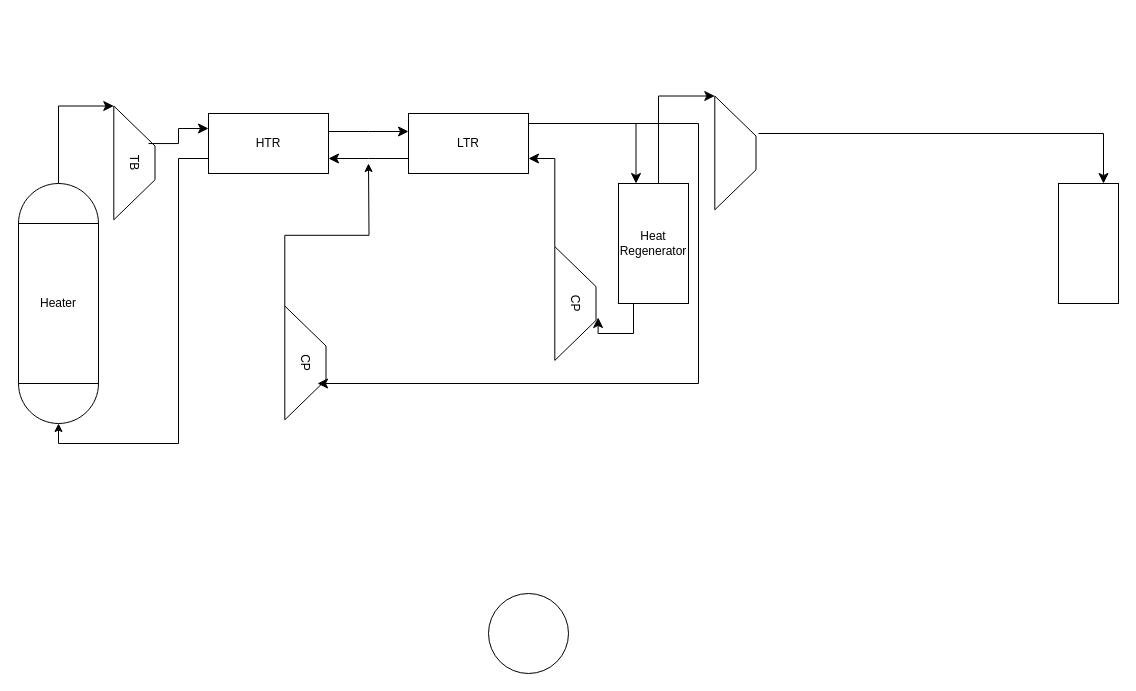
Earlier version of the draw.io diagram 热力线图.drawio (Arielwithoutoven/Odds). Source tidied: cells renumbered, new cells numbered last; positions are measured from the earlier drawing's top-left corner, leaving out a move shared by most shapes. Both pictures are drawn from the tidied source at 100%, with x=0, y=0 at pixel (18, 95).
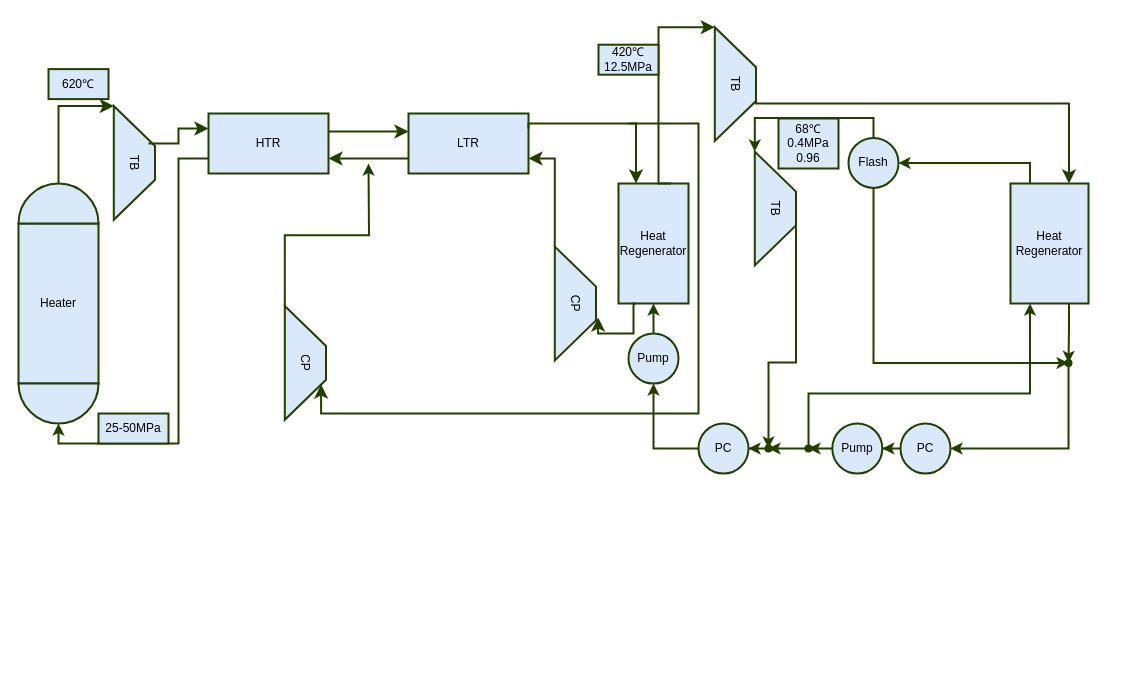
The same page after the edit.

The edit, as a diff of the source:
```diff
@@
-    <mxCell id="2" value="CP" style="shape=trapezoid;perimeter=trapezoidPerimeter;whiteSpace=wrap;html=1;fixedSize=1;rotation=90;size=40;" parent="1" vertex="1">
+    <mxCell id="2" value="CP" style="shape=trapezoid;perimeter=trapezoidPerimeter;whiteSpace=wrap;html=1;fixedSize=1;rotation=90;size=40;fillColor=#dae8fc;strokeColor=#223F00;strokeWidth=2;" parent="1" vertex="1">
       <mxGeometry x="230" y="246.8" width="113.8" height="41.2" as="geometry" />
     </mxCell>
-    <mxCell id="3" value="Heater" style="rounded=0;whiteSpace=wrap;html=1;" parent="1" vertex="1">
+    <mxCell id="3" value="Heater" style="rounded=0;whiteSpace=wrap;html=1;fillColor=#dae8fc;strokeColor=#223F00;strokeWidth=2;" parent="1" vertex="1">
       <mxGeometry y="128" width="80" height="160" as="geometry" />
     </mxCell>
-    <mxCell id="4" style="verticalLabelPosition=bottom;verticalAlign=top;html=1;shape=mxgraph.basic.half_circle;" parent="1" vertex="1">
+    <mxCell id="4" style="verticalLabelPosition=bottom;verticalAlign=top;html=1;shape=mxgraph.basic.half_circle;fillColor=#dae8fc;strokeColor=#223F00;strokeWidth=2;" parent="1" vertex="1">
       <mxGeometry y="288" width="80" height="40" as="geometry" />
     </mxCell>
-    <mxCell id="5" style="verticalLabelPosition=bottom;verticalAlign=top;html=1;shape=mxgraph.basic.half_circle;rotation=-180;" parent="1" vertex="1">
+    <mxCell id="5" style="verticalLabelPosition=bottom;verticalAlign=top;html=1;shape=mxgraph.basic.half_circle;rotation=-180;fillColor=#dae8fc;strokeColor=#223F00;strokeWidth=2;" parent="1" vertex="1">
       <mxGeometry y="88" width="80" height="40" as="geometry" />
     </mxCell>
+    <mxCell id="26" style="edgeStyle=orthogonalEdgeStyle;rounded=0;jettySize=auto;html=1;exitX=0.5;exitY=0;exitDx=0;exitDy=0;entryX=0;entryY=1;entryDx=0;entryDy=0;fillColor=#dae8fc;strokeColor=#223F00;strokeWidth=2;" parent="1" edge="1" source="6" target="31">
+      <mxGeometry relative="1" as="geometry" />
+    </mxCell>
+    <mxCell id="27" style="edgeStyle=orthogonalEdgeStyle;rounded=0;jettySize=auto;html=1;exitX=0.5;exitY=1;exitDx=0;exitDy=0;entryX=-0.014;entryY=0.571;entryDx=0;entryDy=0;entryPerimeter=0;fillColor=#dae8fc;strokeColor=#223F00;strokeWidth=2;" parent="1" edge="1" source="6" target="33">
+      <mxGeometry relative="1" as="geometry">
+        <Array as="points">
+          <mxPoint x="855" y="267" />
+        </Array>
+      </mxGeometry>
+    </mxCell>
-    <mxCell id="6" style="ellipse;whiteSpace=wrap;html=1;" parent="1" vertex="1">
-      <mxGeometry x="470" y="498" width="80" height="80" as="geometry" />
+    <mxCell id="6" value="Flash" style="ellipse;whiteSpace=wrap;html=1;fillColor=#dae8fc;strokeColor=#223F00;strokeWidth=2;" parent="1" vertex="1">
+      <mxGeometry x="830" y="42.4" width="50" height="50" as="geometry" />
     </mxCell>
-    <mxCell id="7" value="TB" style="shape=trapezoid;perimeter=trapezoidPerimeter;whiteSpace=wrap;html=1;fixedSize=1;rotation=90;size=40;" parent="1" vertex="1">
+    <mxCell id="7" value="TB" style="shape=trapezoid;perimeter=trapezoidPerimeter;whiteSpace=wrap;html=1;fixedSize=1;rotation=90;size=40;fillColor=#dae8fc;strokeColor=#223F00;strokeWidth=2;" parent="1" vertex="1">
       <mxGeometry x="59" y="46.8" width="113.8" height="41.2" as="geometry" />
     </mxCell>
-    <mxCell id="8" style="edgeStyle=elbowEdgeStyle;elbow=horizontal;endArrow=classic;html=1;curved=0;rounded=0;endSize=8;startSize=8;exitX=0.5;exitY=1;exitDx=0;exitDy=0;exitPerimeter=0;entryX=0;entryY=1;entryDx=0;entryDy=0;" parent="1" edge="1" source="5" target="7">
+    <mxCell id="8" style="edgeStyle=elbowEdgeStyle;elbow=horizontal;endArrow=classic;html=1;curved=0;rounded=0;endSize=8;startSize=8;exitX=0.5;exitY=1;exitDx=0;exitDy=0;exitPerimeter=0;entryX=0;entryY=1;entryDx=0;entryDy=0;fillColor=#dae8fc;strokeColor=#223F00;strokeWidth=2;" parent="1" edge="1" source="5" target="7">
       <mxGeometry relative="1" as="geometry">
         <Array as="points">
           <mxPoint x="40" y="48" />
         </Array>
       </mxGeometry>
     </mxCell>
-    <mxCell id="9" style="edgeStyle=elbowEdgeStyle;elbow=horizontal;endArrow=classic;html=1;curved=0;rounded=0;endSize=8;startSize=8;entryX=0;entryY=0.25;entryDx=0;entryDy=0;exitX=0.33;exitY=0.158;exitDx=0;exitDy=0;exitPerimeter=0;" parent="1" edge="1" source="7" target="11">
+    <mxCell id="9" style="edgeStyle=elbowEdgeStyle;elbow=horizontal;endArrow=classic;html=1;curved=0;rounded=0;endSize=8;startSize=8;entryX=0;entryY=0.25;entryDx=0;entryDy=0;exitX=0.33;exitY=0.158;exitDx=0;exitDy=0;exitPerimeter=0;fillColor=#dae8fc;strokeColor=#223F00;strokeWidth=2;" parent="1" edge="1" source="7" target="11">
       <mxGeometry relative="1" as="geometry" />
     </mxCell>
-    <mxCell id="10" style="edgeStyle=orthogonalEdgeStyle;rounded=0;jettySize=auto;html=1;exitX=0;exitY=0.75;exitDx=0;exitDy=0;entryX=0.5;entryY=1;entryDx=0;entryDy=0;entryPerimeter=0;" parent="1" edge="1" source="11" target="4">
+    <mxCell id="10" style="edgeStyle=orthogonalEdgeStyle;rounded=0;jettySize=auto;html=1;exitX=0;exitY=0.75;exitDx=0;exitDy=0;entryX=0.5;entryY=1;entryDx=0;entryDy=0;entryPerimeter=0;fillColor=#dae8fc;strokeColor=#223F00;strokeWidth=2;" parent="1" edge="1" source="11" target="4">
       <mxGeometry relative="1" as="geometry">
         <Array as="points">
           <mxPoint x="160" y="63" />
           <mxPoint x="160" y="348" />
           <mxPoint x="40" y="348" />
         </Array>
       </mxGeometry>
     </mxCell>
-    <mxCell id="11" value="HTR" style="rounded=0;whiteSpace=wrap;html=1;" parent="1" vertex="1">
+    <mxCell id="11" value="HTR" style="rounded=0;whiteSpace=wrap;html=1;fillColor=#dae8fc;strokeColor=#223F00;strokeWidth=2;" parent="1" vertex="1">
       <mxGeometry x="190" y="18" width="120" height="60" as="geometry" />
     </mxCell>
-    <mxCell id="12" style="edgeStyle=elbowEdgeStyle;elbow=horizontal;endArrow=classic;html=1;curved=0;rounded=0;endSize=8;startSize=8;exitX=0.5;exitY=1;exitDx=0;exitDy=0;exitPerimeter=0;" parent="1" edge="1">
+    <mxCell id="12" style="edgeStyle=elbowEdgeStyle;elbow=horizontal;endArrow=classic;html=1;curved=0;rounded=0;endSize=8;startSize=8;exitX=0.5;exitY=1;exitDx=0;exitDy=0;exitPerimeter=0;fillColor=#dae8fc;strokeColor=#223F00;strokeWidth=2;" parent="1" edge="1">
       <mxGeometry relative="1" as="geometry">
         <mxPoint x="310" y="36" as="sourcePoint" />
         <mxPoint x="390" y="36" as="targetPoint" />
       </mxGeometry>
     </mxCell>
-    <mxCell id="13" value="LTR" style="rounded=0;whiteSpace=wrap;html=1;" parent="1" vertex="1">
+    <mxCell id="13" value="LTR" style="rounded=0;whiteSpace=wrap;html=1;fillColor=#dae8fc;strokeColor=#223F00;strokeWidth=2;" parent="1" vertex="1">
       <mxGeometry x="390" y="18" width="120" height="60" as="geometry" />
     </mxCell>
-    <mxCell id="14" value="Heat Regenerator" style="rounded=0;whiteSpace=wrap;html=1;" parent="1" vertex="1">
+    <mxCell id="14" value="Heat Regenerator" style="rounded=0;whiteSpace=wrap;html=1;fillColor=#dae8fc;strokeColor=#223F00;strokeWidth=2;" parent="1" vertex="1">
       <mxGeometry x="600" y="88" width="70" height="120" as="geometry" />
     </mxCell>
-    <mxCell id="15" style="edgeStyle=segmentEdgeStyle;endArrow=classic;html=1;curved=0;rounded=0;endSize=8;startSize=8;entryX=0.681;entryY=0.206;entryDx=0;entryDy=0;entryPerimeter=0;" parent="1" edge="1" target="2">
+    <mxCell id="15" style="edgeStyle=segmentEdgeStyle;endArrow=classic;html=1;curved=0;rounded=0;endSize=8;startSize=8;entryX=0.75;entryY=0;entryDx=0;entryDy=0;fillColor=#dae8fc;strokeColor=#223F00;strokeWidth=2;" parent="1" edge="1" target="2">
       <mxGeometry relative="1" as="geometry">
         <mxPoint x="610" y="28" as="sourcePoint" />
         <Array as="points">
           <mxPoint x="680" y="28" />
-          <mxPoint x="680" y="288" />
+          <mxPoint x="680" y="318" />
+          <mxPoint x="303" y="318" />
         </Array>
       </mxGeometry>
     </mxCell>
-    <mxCell id="16" value="CP" style="shape=trapezoid;perimeter=trapezoidPerimeter;whiteSpace=wrap;html=1;fixedSize=1;rotation=90;size=40;" parent="1" vertex="1">
+    <mxCell id="16" value="CP" style="shape=trapezoid;perimeter=trapezoidPerimeter;whiteSpace=wrap;html=1;fixedSize=1;rotation=90;size=40;fillColor=#dae8fc;strokeColor=#223F00;strokeWidth=2;" parent="1" vertex="1">
       <mxGeometry x="500" y="187.4" width="113.8" height="41.2" as="geometry" />
     </mxCell>
-    <mxCell id="17" style="edgeStyle=segmentEdgeStyle;endArrow=classic;html=1;curved=0;rounded=0;endSize=8;startSize=8;exitX=1;exitY=0.25;exitDx=0;exitDy=0;entryX=0.25;entryY=0;entryDx=0;entryDy=0;" parent="1" edge="1" source="13" target="14">
+    <mxCell id="17" style="edgeStyle=segmentEdgeStyle;endArrow=classic;html=1;curved=0;rounded=0;endSize=8;startSize=8;exitX=1;exitY=0.25;exitDx=0;exitDy=0;entryX=0.25;entryY=0;entryDx=0;entryDy=0;fillColor=#dae8fc;strokeColor=#223F00;strokeWidth=2;" parent="1" edge="1" source="13" target="14">
       <mxGeometry relative="1" as="geometry">
         <Array as="points">
           <mxPoint x="510" y="28" />
           <mxPoint x="617" y="28" />
         </Array>
       </mxGeometry>
     </mxCell>
-    <mxCell id="18" style="edgeStyle=segmentEdgeStyle;endArrow=classic;html=1;curved=0;rounded=0;endSize=8;startSize=8;entryX=0.623;entryY=-0.052;entryDx=0;entryDy=0;entryPerimeter=0;exitX=0.25;exitY=1;exitDx=0;exitDy=0;" parent="1" edge="1" source="14" target="16">
+    <mxCell id="18" style="edgeStyle=segmentEdgeStyle;endArrow=classic;html=1;curved=0;rounded=0;endSize=8;startSize=8;entryX=0.623;entryY=-0.052;entryDx=0;entryDy=0;entryPerimeter=0;exitX=0.25;exitY=1;exitDx=0;exitDy=0;fillColor=#dae8fc;strokeColor=#223F00;strokeWidth=2;" parent="1" edge="1" source="14" target="16">
       <mxGeometry relative="1" as="geometry">
         <Array as="points">
           <mxPoint x="615" y="238" />
           <mxPoint x="580" y="238" />
         </Array>
       </mxGeometry>
     </mxCell>
-    <mxCell id="19" style="edgeStyle=segmentEdgeStyle;endArrow=classic;html=1;curved=0;rounded=0;endSize=8;startSize=8;exitX=0;exitY=1;exitDx=0;exitDy=0;entryX=1;entryY=0.75;entryDx=0;entryDy=0;" parent="1" edge="1" source="16" target="13">
+    <mxCell id="19" style="edgeStyle=segmentEdgeStyle;endArrow=classic;html=1;curved=0;rounded=0;endSize=8;startSize=8;exitX=0;exitY=1;exitDx=0;exitDy=0;entryX=1;entryY=0.75;entryDx=0;entryDy=0;fillColor=#dae8fc;strokeColor=#223F00;strokeWidth=2;" parent="1" edge="1" source="16" target="13">
       <mxGeometry relative="1" as="geometry">
         <Array as="points">
           <mxPoint x="536" y="63" />
         </Array>
       </mxGeometry>
     </mxCell>
-    <mxCell id="20" style="edgeStyle=elbowEdgeStyle;elbow=horizontal;endArrow=classic;html=1;curved=0;rounded=0;endSize=8;startSize=8;exitX=0;exitY=0.75;exitDx=0;exitDy=0;entryX=1;entryY=0.75;entryDx=0;entryDy=0;" parent="1" edge="1" source="13" target="11">
+    <mxCell id="20" style="edgeStyle=elbowEdgeStyle;elbow=horizontal;endArrow=classic;html=1;curved=0;rounded=0;endSize=8;startSize=8;exitX=0;exitY=0.75;exitDx=0;exitDy=0;entryX=1;entryY=0.75;entryDx=0;entryDy=0;fillColor=#dae8fc;strokeColor=#223F00;strokeWidth=2;" parent="1" edge="1" source="13" target="11">
       <mxGeometry relative="1" as="geometry" />
     </mxCell>
-    <mxCell id="21" style="edgeStyle=orthogonalEdgeStyle;rounded=0;jettySize=auto;html=1;exitX=0;exitY=1;exitDx=0;exitDy=0;" parent="1" edge="1" source="2">
+    <mxCell id="21" style="edgeStyle=orthogonalEdgeStyle;rounded=0;jettySize=auto;html=1;exitX=0;exitY=1;exitDx=0;exitDy=0;fillColor=#dae8fc;strokeColor=#223F00;strokeWidth=2;" parent="1" edge="1" source="2">
       <mxGeometry relative="1" as="geometry">
         <mxPoint x="350" y="68" as="targetPoint" />
       </mxGeometry>
     </mxCell>
-    <mxCell id="22" style="shape=trapezoid;perimeter=trapezoidPerimeter;whiteSpace=wrap;html=1;fixedSize=1;rotation=90;size=40;" parent="1" vertex="1">
-      <mxGeometry x="660" y="36.8" width="113.8" height="41.2" as="geometry" />
+    <mxCell id="22" value="TB" style="shape=trapezoid;perimeter=trapezoidPerimeter;whiteSpace=wrap;html=1;fixedSize=1;rotation=90;size=40;fillColor=#dae8fc;strokeColor=#223F00;strokeWidth=2;" parent="1" vertex="1">
+      <mxGeometry x="660" y="-32" width="113.8" height="41.2" as="geometry" />
     </mxCell>
-    <mxCell id="23" style="edgeStyle=segmentEdgeStyle;endArrow=classic;html=1;curved=0;rounded=0;endSize=8;startSize=8;exitX=0.75;exitY=0;exitDx=0;exitDy=0;entryX=0;entryY=1;entryDx=0;entryDy=0;" parent="1" edge="1" source="14" target="22">
+    <mxCell id="23" style="edgeStyle=segmentEdgeStyle;endArrow=classic;html=1;curved=0;rounded=0;endSize=8;startSize=8;exitX=0.75;exitY=0;exitDx=0;exitDy=0;entryX=0;entryY=1;entryDx=0;entryDy=0;fillColor=#dae8fc;strokeColor=#223F00;strokeWidth=2;" parent="1" edge="1" source="14" target="22">
       <mxGeometry relative="1" as="geometry">
         <Array as="points">
           <mxPoint x="640" y="88" />
-          <mxPoint x="640" />
+          <mxPoint x="640" y="-68" />
         </Array>
       </mxGeometry>
     </mxCell>
+    <mxCell id="28" style="edgeStyle=orthogonalEdgeStyle;rounded=0;jettySize=auto;html=1;exitX=0.25;exitY=0;exitDx=0;exitDy=0;entryX=1;entryY=0.5;entryDx=0;entryDy=0;fillColor=#dae8fc;strokeColor=#223F00;strokeWidth=2;" parent="1" edge="1" source="24" target="6">
+      <mxGeometry relative="1" as="geometry" />
+    </mxCell>
+    <mxCell id="29" style="edgeStyle=orthogonalEdgeStyle;rounded=0;jettySize=auto;html=1;exitX=0.75;exitY=1;exitDx=0;exitDy=0;fillColor=#dae8fc;strokeColor=#223F00;strokeWidth=2;" parent="1" edge="1" source="24" target="33">
+      <mxGeometry relative="1" as="geometry" />
+    </mxCell>
-    <mxCell id="24" style="rounded=0;whiteSpace=wrap;html=1;" parent="1" vertex="1">
-      <mxGeometry x="1040" y="88" width="60" height="120" as="geometry" />
+    <mxCell id="24" value="Heat Regenerator" style="rounded=0;whiteSpace=wrap;html=1;fillColor=#dae8fc;strokeColor=#223F00;strokeWidth=2;" parent="1" vertex="1">
+      <mxGeometry x="992" y="88" width="78" height="120" as="geometry" />
     </mxCell>
-    <mxCell id="25" style="edgeStyle=segmentEdgeStyle;endArrow=classic;html=1;curved=0;rounded=0;endSize=8;startSize=8;entryX=0.75;entryY=0;entryDx=0;entryDy=0;" parent="1" edge="1" target="24">
+    <mxCell id="25" style="edgeStyle=segmentEdgeStyle;endArrow=classic;html=1;curved=0;rounded=0;endSize=8;startSize=8;entryX=0.75;entryY=0;entryDx=0;entryDy=0;exitX=0.5;exitY=0;exitDx=0;exitDy=0;fillColor=#dae8fc;strokeColor=#223F00;strokeWidth=2;" parent="1" edge="1" source="22" target="24">
       <mxGeometry relative="1" as="geometry">
-        <mxPoint x="740" y="38" as="sourcePoint" />
         <Array as="points">
-          <mxPoint x="1085" y="38" />
+          <mxPoint x="737" y="8" />
+          <mxPoint x="1051" y="8" />
         </Array>
       </mxGeometry>
     </mxCell>
+    <mxCell id="30" style="edgeStyle=orthogonalEdgeStyle;rounded=0;jettySize=auto;html=1;exitX=0.5;exitY=0;exitDx=0;exitDy=0;fillColor=#dae8fc;strokeColor=#223F00;strokeWidth=2;" parent="1" edge="1" source="31" target="42">
+      <mxGeometry relative="1" as="geometry">
+        <Array as="points">
+          <mxPoint x="777" y="267" />
+        </Array>
+      </mxGeometry>
+    </mxCell>
+    <mxCell id="31" value="TB" style="shape=trapezoid;perimeter=trapezoidPerimeter;whiteSpace=wrap;html=1;fixedSize=1;rotation=90;size=40;fillColor=#dae8fc;strokeColor=#223F00;strokeWidth=2;" parent="1" vertex="1">
+      <mxGeometry x="700" y="92.4" width="113.8" height="41.2" as="geometry" />
+    </mxCell>
+    <mxCell id="32" style="edgeStyle=orthogonalEdgeStyle;rounded=0;jettySize=auto;html=1;entryX=1;entryY=0.5;entryDx=0;entryDy=0;fillColor=#dae8fc;strokeColor=#223F00;strokeWidth=2;" parent="1" edge="1" source="33" target="35">
+      <mxGeometry relative="1" as="geometry">
+        <Array as="points">
+          <mxPoint x="1050" y="353" />
+        </Array>
+      </mxGeometry>
+    </mxCell>
+    <mxCell id="33" style="shape=waypoint;sketch=0;fillStyle=solid;size=6;points=[];fillColor=#dae8fc;perimeter=centerPerimeter;snapToPoint=1;strokeColor=#223F00;strokeWidth=2;" parent="1" vertex="1">
+      <mxGeometry x="1040" y="257.4" width="20" height="20" as="geometry" />
+    </mxCell>
+    <mxCell id="34" style="edgeStyle=orthogonalEdgeStyle;rounded=0;jettySize=auto;html=1;fillColor=#dae8fc;strokeColor=#223F00;strokeWidth=2;" parent="1" edge="1" source="35" target="37">
+      <mxGeometry relative="1" as="geometry" />
+    </mxCell>
+    <mxCell id="35" value="PC" style="ellipse;whiteSpace=wrap;html=1;fillColor=#dae8fc;strokeColor=#223F00;strokeWidth=2;" parent="1" vertex="1">
+      <mxGeometry x="882" y="328" width="50" height="50" as="geometry" />
+    </mxCell>
+    <mxCell id="36" style="edgeStyle=orthogonalEdgeStyle;rounded=0;jettySize=auto;html=1;fillColor=#dae8fc;strokeColor=#223F00;strokeWidth=2;" parent="1" edge="1" source="37" target="39">
+      <mxGeometry relative="1" as="geometry" />
+    </mxCell>
+    <mxCell id="37" value="Pump" style="ellipse;whiteSpace=wrap;html=1;fillColor=#dae8fc;strokeColor=#223F00;strokeWidth=2;" parent="1" vertex="1">
+      <mxGeometry x="813.8" y="328" width="50" height="50" as="geometry" />
+    </mxCell>
+    <mxCell id="38" style="edgeStyle=orthogonalEdgeStyle;rounded=0;jettySize=auto;html=1;fillColor=#dae8fc;strokeColor=#223F00;strokeWidth=2;" parent="1" edge="1" source="39" target="42">
+      <mxGeometry relative="1" as="geometry" />
+    </mxCell>
+    <mxCell id="39" style="shape=waypoint;sketch=0;fillStyle=solid;size=6;points=[];fillColor=#dae8fc;perimeter=centerPerimeter;snapToPoint=1;strokeColor=#223F00;strokeWidth=2;" parent="1" vertex="1">
+      <mxGeometry x="780" y="343" width="20" height="20" as="geometry" />
+    </mxCell>
+    <mxCell id="40" style="edgeStyle=orthogonalEdgeStyle;rounded=0;jettySize=auto;html=1;entryX=0.25;entryY=1;entryDx=0;entryDy=0;fillColor=#dae8fc;strokeColor=#223F00;strokeWidth=2;" parent="1" edge="1" source="39" target="24">
+      <mxGeometry relative="1" as="geometry">
+        <Array as="points">
+          <mxPoint x="790" y="298" />
+          <mxPoint x="1012" y="298" />
+        </Array>
+      </mxGeometry>
+    </mxCell>
+    <mxCell id="41" style="edgeStyle=orthogonalEdgeStyle;rounded=0;jettySize=auto;html=1;fillColor=#dae8fc;strokeColor=#223F00;strokeWidth=2;" parent="1" edge="1" source="42" target="44">
+      <mxGeometry relative="1" as="geometry" />
+    </mxCell>
+    <mxCell id="42" style="shape=waypoint;sketch=0;fillStyle=solid;size=6;points=[];fillColor=#dae8fc;perimeter=centerPerimeter;snapToPoint=1;strokeColor=#223F00;strokeWidth=2;" parent="1" vertex="1">
+      <mxGeometry x="740" y="343" width="20" height="20" as="geometry" />
+    </mxCell>
+    <mxCell id="43" style="edgeStyle=orthogonalEdgeStyle;rounded=0;jettySize=auto;html=1;exitX=0;exitY=0.5;exitDx=0;exitDy=0;entryX=0.5;entryY=1;entryDx=0;entryDy=0;fillColor=#dae8fc;strokeColor=#223F00;strokeWidth=2;" parent="1" edge="1" source="44" target="46">
+      <mxGeometry relative="1" as="geometry" />
+    </mxCell>
+    <mxCell id="44" value="PC" style="ellipse;whiteSpace=wrap;html=1;fillColor=#dae8fc;strokeColor=#223F00;strokeWidth=2;" parent="1" vertex="1">
+      <mxGeometry x="680" y="328" width="50" height="50" as="geometry" />
+    </mxCell>
+    <mxCell id="45" style="edgeStyle=orthogonalEdgeStyle;rounded=0;jettySize=auto;html=1;exitX=0.5;exitY=0;exitDx=0;exitDy=0;entryX=0.5;entryY=1;entryDx=0;entryDy=0;fillColor=#dae8fc;strokeColor=#223F00;strokeWidth=2;" parent="1" edge="1" source="46" target="14">
+      <mxGeometry relative="1" as="geometry" />
+    </mxCell>
+    <mxCell id="46" value="Pump" style="ellipse;whiteSpace=wrap;html=1;fillColor=#dae8fc;strokeColor=#223F00;strokeWidth=2;" parent="1" vertex="1">
+      <mxGeometry x="610" y="238" width="50" height="50" as="geometry" />
+    </mxCell>
+    <mxCell id="47" value="620℃" style="text;strokeColor=#223F00;align=center;fillColor=#dae8fc;html=1;verticalAlign=middle;whiteSpace=wrap;rounded=0;strokeWidth=2;" parent="1" vertex="1">
+      <mxGeometry x="30" y="-26.4" width="60" height="30" as="geometry" />
+    </mxCell>
+    <mxCell id="48" value="25-50MPa" style="text;strokeColor=#223F00;align=center;fillColor=#dae8fc;html=1;verticalAlign=middle;whiteSpace=wrap;rounded=0;strokeWidth=2;" parent="1" vertex="1">
+      <mxGeometry x="80" y="318" width="70" height="30" as="geometry" />
+    </mxCell>
+    <mxCell id="49" value="420℃&lt;br&gt;12.5MPa" style="text;strokeColor=#223F00;align=center;fillColor=#dae8fc;html=1;verticalAlign=middle;whiteSpace=wrap;rounded=0;strokeWidth=2;" parent="1" vertex="1">
+      <mxGeometry x="580" y="-50.8" width="60" height="30" as="geometry" />
+    </mxCell>
+    <mxCell id="50" value="68℃&lt;br&gt;0.4MPa&lt;br&gt;0.96" style="text;strokeColor=#223F00;align=center;fillColor=#dae8fc;html=1;verticalAlign=middle;whiteSpace=wrap;rounded=0;strokeWidth=2;" parent="1" vertex="1">
+      <mxGeometry x="760" y="23" width="60" height="50" as="geometry" />
+    </mxCell>
```
